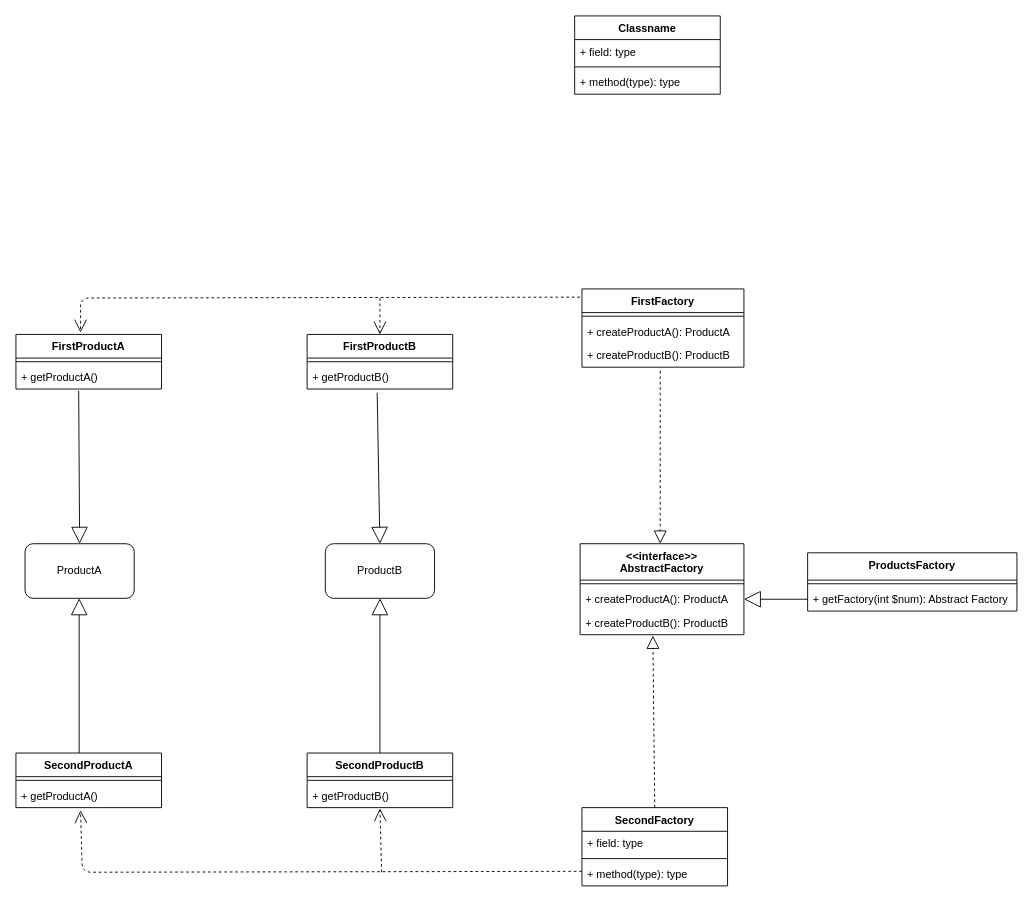
Before: page "Abstract Factory" (2 of 4) of diagram.drawio in MeatyBanan4ik/Creational_Patterns, a draw.io diagram. Source tidied: cells renumbered, new cells numbered last; positions are measured from the earlier drawing's top-left corner, leaving out a move shared by most shapes. Both pictures are drawn from the tidied source at 91%, with x=0, y=0 at pixel (15, 15).
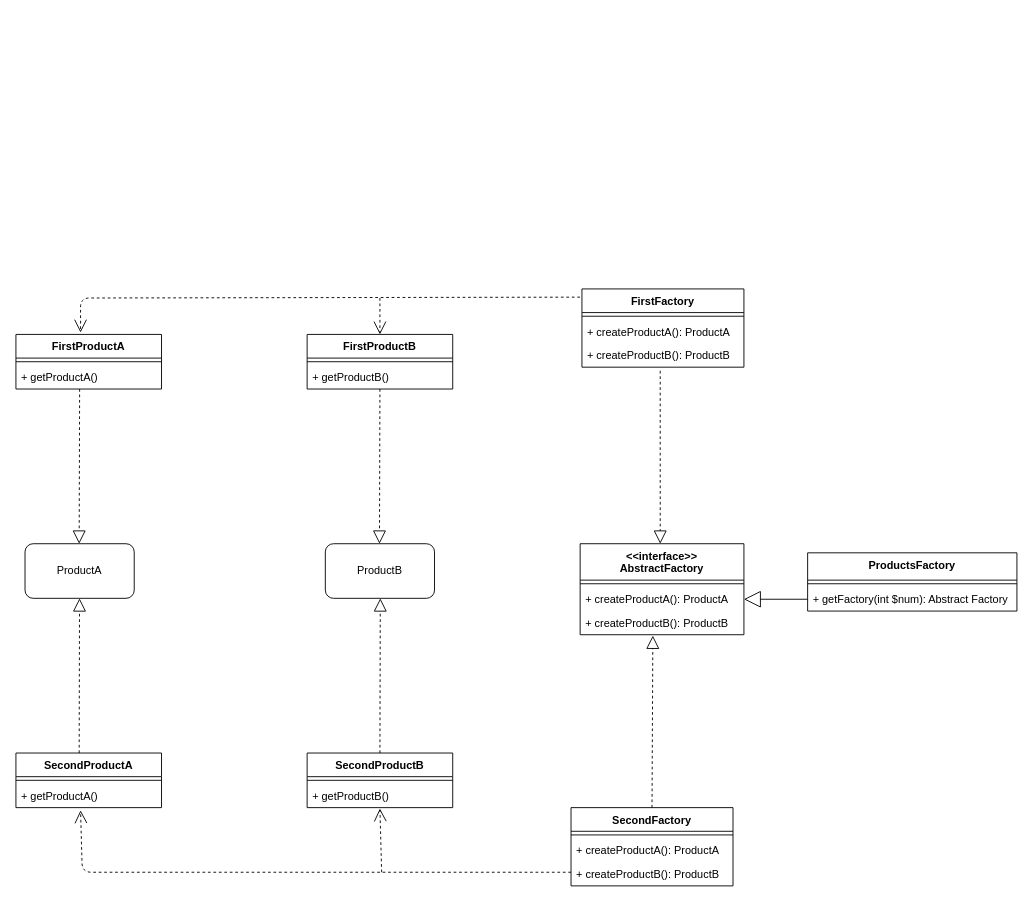
After the change.

The change refers to these unchanged cells:
```xml
<mxCell id="12" value="+ getProductA()" style="text;strokeColor=none;fillColor=none;align=left;verticalAlign=top;spacingLeft=4;spacingRight=4;overflow=hidden;points=[[0,0.5],[1,0.5]];portConstraint=eastwest;" parent="10" vertex="1">
  <mxGeometry y="34" width="160" height="26" as="geometry" />
</mxCell>
<mxCell id="19" value="+ getProductA()" style="text;strokeColor=none;fillColor=none;align=left;verticalAlign=top;spacingLeft=4;spacingRight=4;overflow=hidden;points=[[0,0.5],[1,0.5]];portConstraint=eastwest;" parent="17" vertex="1">
  <mxGeometry y="34" width="160" height="26" as="geometry" />
</mxCell>
<mxCell id="22" value="+ getProductB()" style="text;strokeColor=none;fillColor=none;align=left;verticalAlign=top;spacingLeft=4;spacingRight=4;overflow=hidden;points=[[0,0.5],[1,0.5]];portConstraint=eastwest;" parent="20" vertex="1">
  <mxGeometry y="34" width="160" height="26" as="geometry" />
</mxCell>
<mxCell id="23" value="SecondProductB" style="swimlane;fontStyle=1;align=center;verticalAlign=top;horizontal=1;startSize=26;" parent="1" vertex="1">
  <mxGeometry x="320" y="810" width="160" height="60" as="geometry" />
</mxCell>
<mxCell id="39" value="ProductA" style="rounded=1;whiteSpace=wrap;html=1;" parent="1" vertex="1">
  <mxGeometry x="10" y="580" width="120" height="60" as="geometry" />
</mxCell>
<mxCell id="40" value="ProductB" style="rounded=1;whiteSpace=wrap;html=1;" parent="1" vertex="1">
  <mxGeometry x="340" y="580" width="120" height="60" as="geometry" />
</mxCell>
```

Diff of the diagram source:
```diff
@@
     <mxCell id="2" value="SecondFactory" style="swimlane;fontStyle=1;align=center;verticalAlign=top;horizontal=1;startSize=26;" parent="1" vertex="1">
-      <mxGeometry x="622" y="870" width="160" height="86" as="geometry" />
+      <mxGeometry x="610" y="870" width="178" height="86" as="geometry" />
     </mxCell>
-    <mxCell id="3" value="+ field: type" style="text;strokeColor=none;fillColor=none;align=left;verticalAlign=top;spacingLeft=4;spacingRight=4;overflow=hidden;" parent="2" vertex="1">
-      <mxGeometry y="26" width="160" height="26" as="geometry" />
-    </mxCell>
     <mxCell id="4" style="line;strokeWidth=1;fillColor=none;align=left;verticalAlign=middle;spacingTop=-1;spacingLeft=3;spacingRight=3;labelPosition=right;" parent="2" vertex="1">
-      <mxGeometry y="52" width="160" height="8" as="geometry" />
+      <mxGeometry y="26" width="178" height="8" as="geometry" />
     </mxCell>
-    <mxCell id="5" value="+ method(type): type" style="text;strokeColor=none;fillColor=none;align=left;verticalAlign=top;spacingLeft=4;spacingRight=4;overflow=hidden;" parent="2" vertex="1">
-      <mxGeometry y="60" width="160" height="26" as="geometry" />
+    <mxCell id="5" value="+ createProductA(): ProductA" style="text;strokeColor=none;fillColor=none;align=left;verticalAlign=top;spacingLeft=4;spacingRight=4;overflow=hidden;" parent="2" vertex="1">
+      <mxGeometry y="34" width="178" height="26" as="geometry" />
     </mxCell>
+    <mxCell id="46" value="+ createProductB(): ProductB" style="text;strokeColor=none;fillColor=none;align=left;verticalAlign=top;spacingLeft=4;spacingRight=4;overflow=hidden;" parent="2" vertex="1">
+      <mxGeometry y="60" width="178" height="26" as="geometry" />
+    </mxCell>
@@
-    <mxCell id="13" value="Classname" style="swimlane;fontStyle=1;align=center;verticalAlign=top;horizontal=1;startSize=26;" parent="1" vertex="1">
-      <mxGeometry x="614" width="160" height="86" as="geometry" />
-    </mxCell>
-    <mxCell id="14" value="+ field: type" style="text;strokeColor=none;fillColor=none;align=left;verticalAlign=top;spacingLeft=4;spacingRight=4;overflow=hidden;" parent="13" vertex="1">
-      <mxGeometry y="26" width="160" height="26" as="geometry" />
-    </mxCell>
-    <mxCell id="15" style="line;strokeWidth=1;fillColor=none;align=left;verticalAlign=middle;spacingTop=-1;spacingLeft=3;spacingRight=3;labelPosition=right;" parent="13" vertex="1">
-      <mxGeometry y="52" width="160" height="8" as="geometry" />
-    </mxCell>
-    <mxCell id="16" value="+ method(type): type" style="text;strokeColor=none;fillColor=none;align=left;verticalAlign=top;spacingLeft=4;spacingRight=4;overflow=hidden;" parent="13" vertex="1">
-      <mxGeometry y="60" width="160" height="26" as="geometry" />
-    </mxCell>
@@
-    <mxCell id="37" style="endArrow=open;endSize=12;dashed=1;html=1;exitX=-0.012;exitY=0.105;exitDx=0;exitDy=0;exitPerimeter=0;entryX=0.444;entryY=1.115;entryDx=0;entryDy=0;entryPerimeter=0;" parent="1" edge="1" target="19">
+    <mxCell id="37" style="endArrow=open;endSize=12;dashed=1;html=1;entryX=0.444;entryY=1.115;entryDx=0;entryDy=0;entryPerimeter=0;" parent="1" edge="1" target="19">
       <mxGeometry relative="1" as="geometry">
-        <mxPoint x="622" y="940" as="sourcePoint" />
+        <mxPoint x="610" y="941" as="sourcePoint" />
         <Array as="points">
           <mxPoint x="72.9" y="941" />
         </Array>
       </mxGeometry>
     </mxCell>
@@
-    <mxCell id="41" style="endArrow=block;endSize=16;endFill=0;html=1;exitX=0.5;exitY=0;exitDx=0;exitDy=0;entryX=0.5;entryY=1;entryDx=0;entryDy=0;" parent="1" edge="1" source="23" target="40">
-      <mxGeometry relative="1" as="geometry" />
-    </mxCell>
-    <mxCell id="42" style="endArrow=block;endSize=16;endFill=0;html=1;exitX=0.5;exitY=0;exitDx=0;exitDy=0;entryX=0.5;entryY=1;entryDx=0;entryDy=0;" parent="1" edge="1">
-      <mxGeometry relative="1" as="geometry">
-        <mxPoint x="69.5" y="810" as="sourcePoint" />
-        <mxPoint x="69.5" y="640" as="targetPoint" />
-      </mxGeometry>
-    </mxCell>
-    <mxCell id="43" style="endArrow=block;endSize=16;endFill=0;html=1;exitX=0.481;exitY=1.154;exitDx=0;exitDy=0;entryX=0.5;entryY=0;entryDx=0;entryDy=0;exitPerimeter=0;" parent="1" edge="1" source="22" target="40">
-      <mxGeometry relative="1" as="geometry" />
-    </mxCell>
-    <mxCell id="44" style="endArrow=block;endSize=16;endFill=0;html=1;exitX=0.431;exitY=1.077;exitDx=0;exitDy=0;entryX=0.5;entryY=0;entryDx=0;entryDy=0;exitPerimeter=0;" parent="1" edge="1" source="12" target="39">
-      <mxGeometry relative="1" as="geometry" />
-    </mxCell>
@@
+    <mxCell id="47" style="endArrow=block;dashed=1;endFill=0;endSize=12;html=1;entryX=0.444;entryY=1.038;entryDx=0;entryDy=0;entryPerimeter=0;" parent="1" edge="1">
+      <mxGeometry relative="1" as="geometry">
+        <mxPoint x="400" y="810" as="sourcePoint" />
+        <mxPoint x="400.4" y="640" as="targetPoint" />
+      </mxGeometry>
+    </mxCell>
+    <mxCell id="48" style="endArrow=block;dashed=1;endFill=0;endSize=12;html=1;entryX=0.444;entryY=1.038;entryDx=0;entryDy=0;entryPerimeter=0;" parent="1" edge="1">
+      <mxGeometry relative="1" as="geometry">
+        <mxPoint x="69.5" y="810" as="sourcePoint" />
+        <mxPoint x="69.9" y="640" as="targetPoint" />
+      </mxGeometry>
+    </mxCell>
+    <mxCell id="49" style="endArrow=block;dashed=1;endFill=0;endSize=12;html=1;entryX=0.489;entryY=0;entryDx=0;entryDy=0;entryPerimeter=0;" parent="1" edge="1">
+      <mxGeometry relative="1" as="geometry">
+        <mxPoint x="400" y="410" as="sourcePoint" />
+        <mxPoint x="399.5" y="580" as="targetPoint" />
+      </mxGeometry>
+    </mxCell>
+    <mxCell id="50" style="endArrow=block;dashed=1;endFill=0;endSize=12;html=1;entryX=0.489;entryY=0;entryDx=0;entryDy=0;entryPerimeter=0;" parent="1" edge="1">
+      <mxGeometry relative="1" as="geometry">
+        <mxPoint x="70" y="410" as="sourcePoint" />
+        <mxPoint x="69.5" y="580" as="targetPoint" />
+      </mxGeometry>
+    </mxCell>
```
